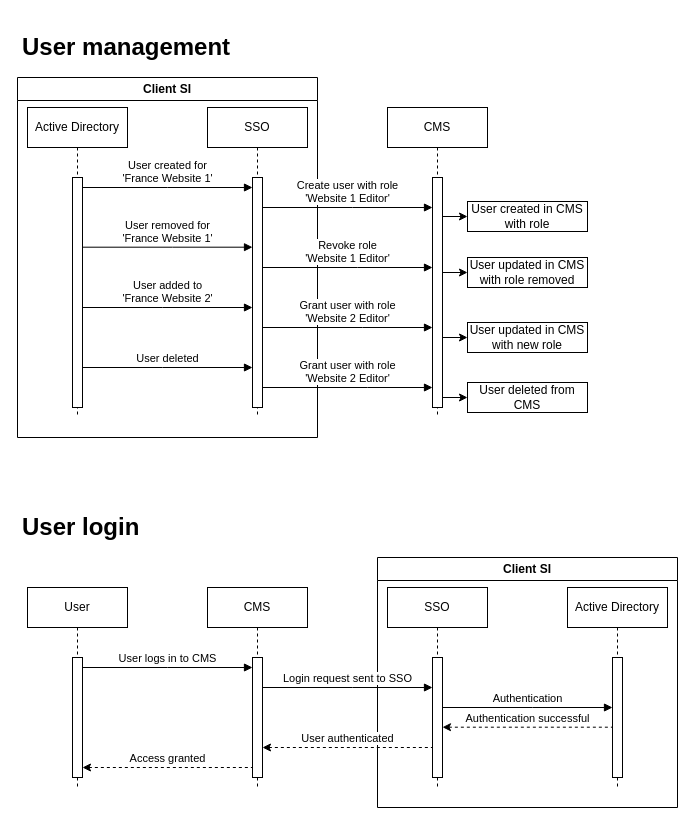
The draw.io diagram Diagramme sans nom.drawio in wpigoury/flows, before the edit. Source tidied: cells renumbered, new cells numbered last; positions are measured from the earlier drawing's top-left corner, leaving out a move shared by most shapes. Both pictures are drawn from the tidied source at 100%, with x=0, y=0 at pixel (17, 27).
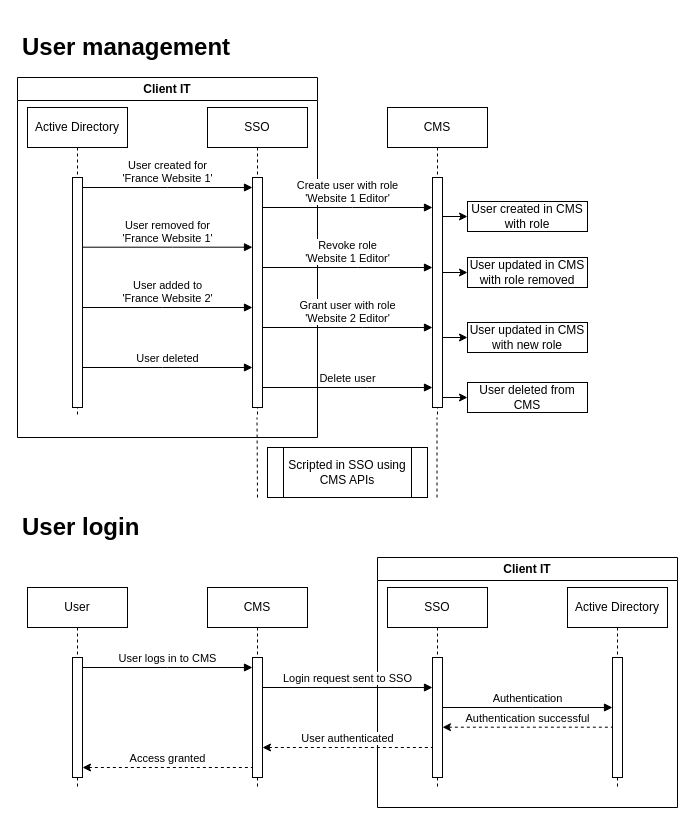
Above is the later version.

Unchanged cells that the change refers to:
```xml
<mxCell id="6" value="SSO" style="shape=umlLifeline;perimeter=lifelinePerimeter;whiteSpace=wrap;html=1;outlineConnect=0;portConstraint=eastwest;newEdgeStyle={&quot;edgeStyle&quot;:&quot;elbowEdgeStyle&quot;,&quot;elbow&quot;:&quot;vertical&quot;,&quot;curved&quot;:0,&quot;rounded&quot;:0};" parent="1" vertex="1">
  <mxGeometry x="190" y="80" width="100" height="310" as="geometry" />
</mxCell>
<mxCell id="7" style="html=1;points=[];perimeter=orthogonalPerimeter;outlineConnect=0;targetShapes=umlLifeline;portConstraint=eastwest;newEdgeStyle={&quot;edgeStyle&quot;:&quot;elbowEdgeStyle&quot;,&quot;elbow&quot;:&quot;vertical&quot;,&quot;curved&quot;:0,&quot;rounded&quot;:0};" parent="6" vertex="1">
  <mxGeometry x="45" y="70" width="10" height="230" as="geometry" />
</mxCell>
<mxCell id="10" style="html=1;points=[];perimeter=orthogonalPerimeter;outlineConnect=0;targetShapes=umlLifeline;portConstraint=eastwest;newEdgeStyle={&quot;edgeStyle&quot;:&quot;elbowEdgeStyle&quot;,&quot;elbow&quot;:&quot;vertical&quot;,&quot;curved&quot;:0,&quot;rounded&quot;:0};" parent="9" vertex="1">
  <mxGeometry x="45" y="70" width="10" height="230" as="geometry" />
</mxCell>
```

The edit, as a diff of the source:
```diff
@@
-    <mxCell id="11" value="Client SI" style="swimlane;whiteSpace=wrap;html=1;" parent="1" vertex="1">
+    <mxCell id="11" value="Client IT" style="swimlane;whiteSpace=wrap;html=1;" parent="1" vertex="1">
       <mxGeometry y="50" width="300" height="360" as="geometry" />
     </mxCell>
@@
-    <mxCell id="18" value="Client SI" style="swimlane;whiteSpace=wrap;html=1;" parent="1" vertex="1">
+    <mxCell id="18" value="Client IT" style="swimlane;whiteSpace=wrap;html=1;" parent="1" vertex="1">
       <mxGeometry x="360" y="530" width="300" height="250" as="geometry" />
     </mxCell>
@@
-    <mxCell id="37" value="Grant user with role&lt;br&gt;'Website 2 Editor'" style="html=1;verticalAlign=bottom;endArrow=block;edgeStyle=elbowEdgeStyle;elbow=vertical;curved=0;rounded=0;" parent="1" edge="1" source="7" target="10">
+    <mxCell id="37" value="Delete user" style="html=1;verticalAlign=bottom;endArrow=block;edgeStyle=elbowEdgeStyle;elbow=vertical;curved=0;rounded=0;" parent="1" edge="1" source="7" target="10">
       <mxGeometry relative="1" as="geometry">
         <Array as="points">
           <mxPoint x="350" y="360" />
         </Array>
       </mxGeometry>
     </mxCell>
@@
+    <mxCell id="42" style="endArrow=none;dashed=1;html=1;rounded=0;" parent="1" edge="1" target="6">
+      <mxGeometry relative="1" as="geometry">
+        <mxPoint x="240" y="470" as="sourcePoint" />
+      </mxGeometry>
+    </mxCell>
+    <mxCell id="43" style="endArrow=none;dashed=1;html=1;rounded=0;" parent="1" edge="1">
+      <mxGeometry relative="1" as="geometry">
+        <mxPoint x="419.5" y="470" as="sourcePoint" />
+        <mxPoint x="419.5" y="390" as="targetPoint" />
+      </mxGeometry>
+    </mxCell>
+    <mxCell id="44" value="Scripted in SSO using CMS APIs" style="shape=process;whiteSpace=wrap;html=1;backgroundOutline=1;" parent="1" vertex="1">
+      <mxGeometry x="250" y="420" width="160" height="50" as="geometry" />
+    </mxCell>
```
